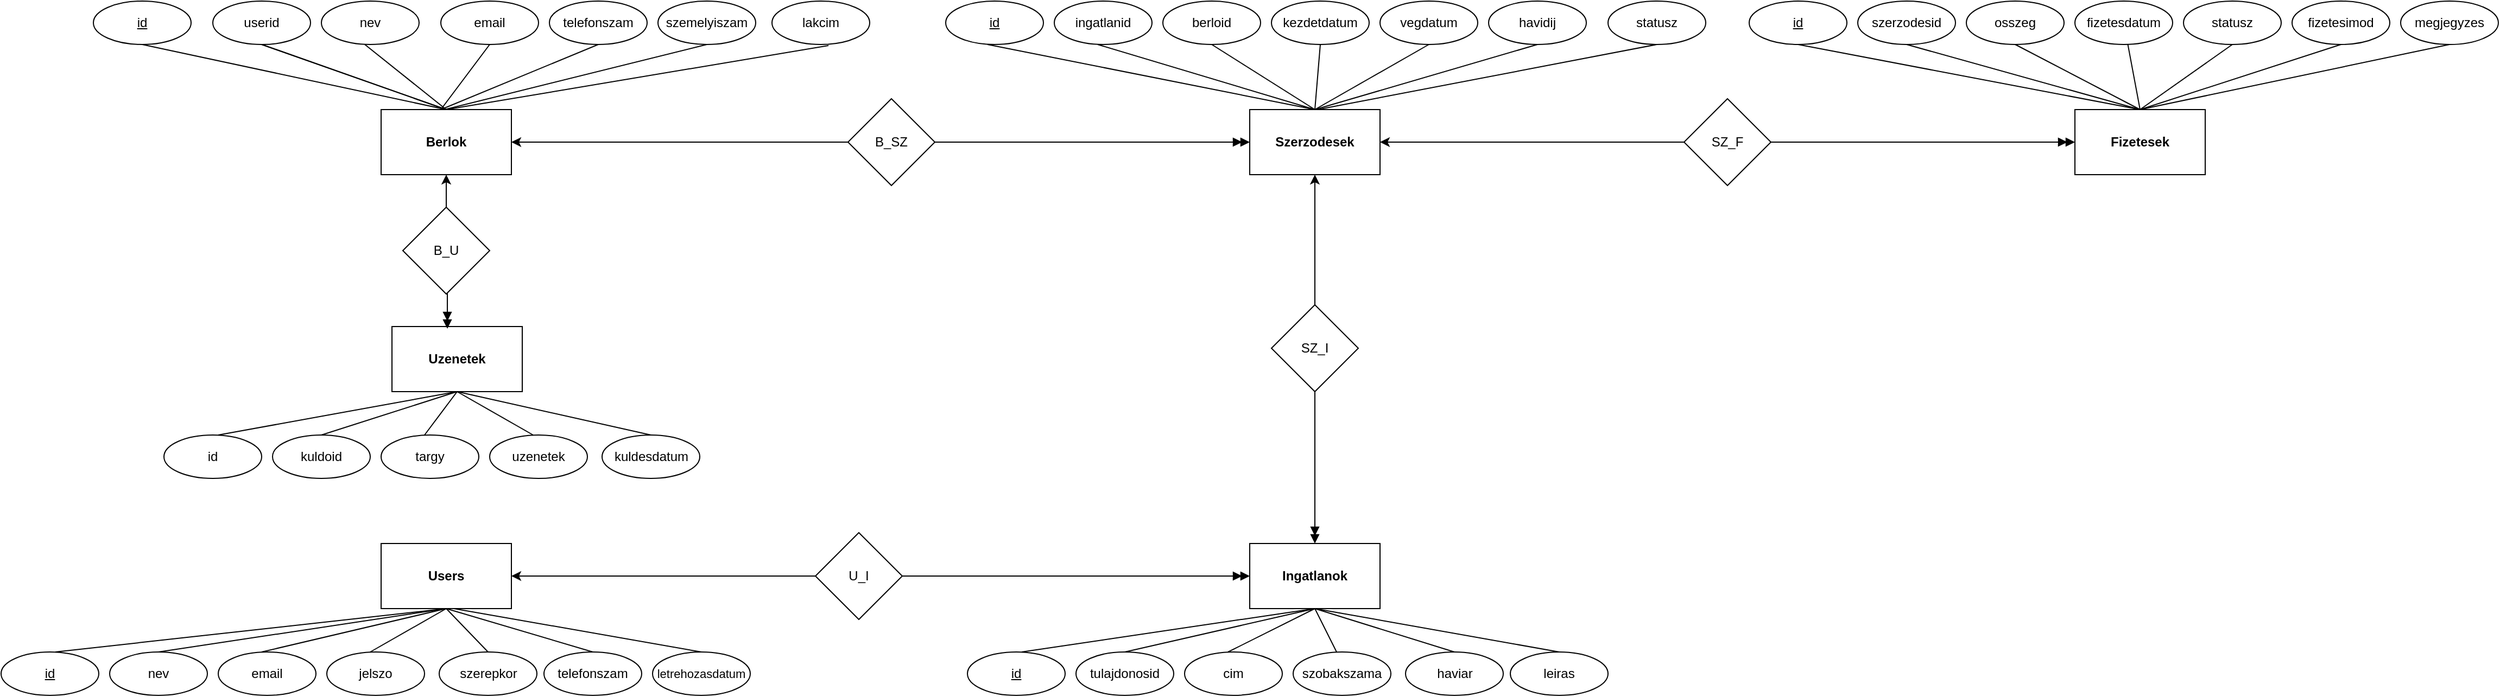
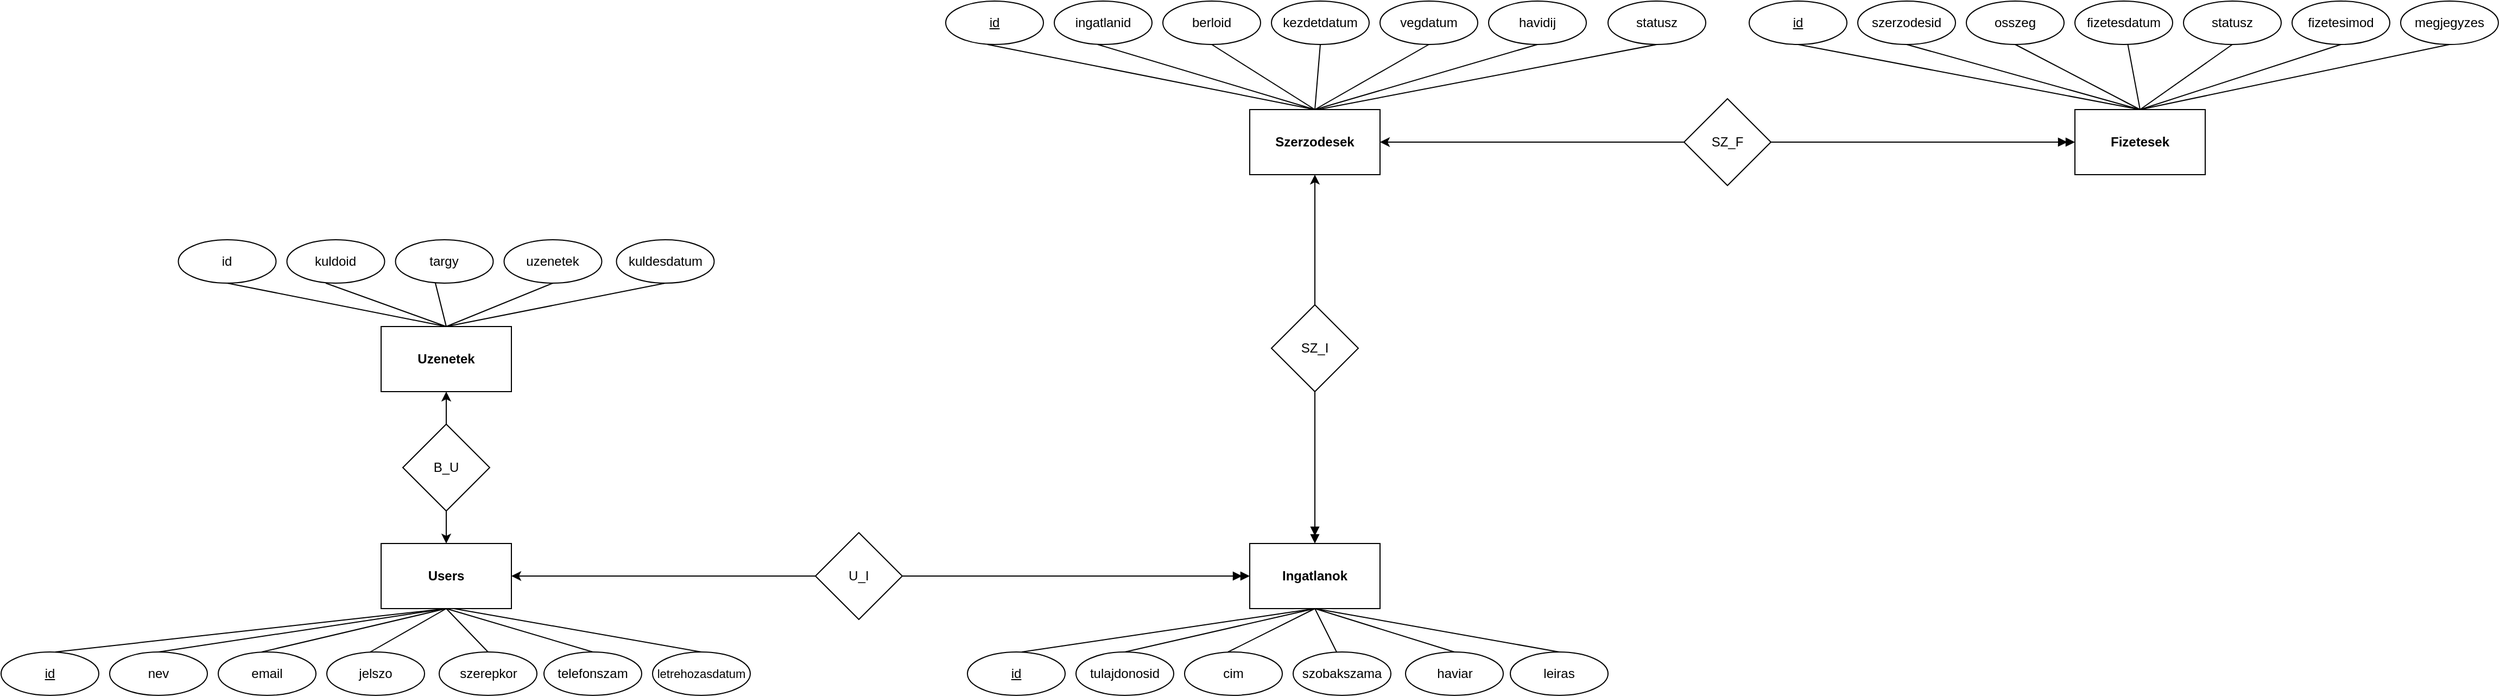
<mxfile host="app.diagrams.net">
  <diagram name="Oldal-1" id="PTsQHESXB3Jq5phuDOo6">
-     <mxGraphModel dx="774" dy="1620" grid="1" gridSize="10" guides="1" tooltips="1" connect="1" arrows="1" fold="1" page="1" pageScale="1" pageWidth="827" pageHeight="1169" math="0" shadow="0">
+     <mxGraphModel dx="1548" dy="2071" grid="1" gridSize="10" guides="1" tooltips="1" connect="1" arrows="1" fold="1" page="1" pageScale="1" pageWidth="827" pageHeight="1169" math="0" shadow="0">
      <root>
        <mxCell id="0" />
        <mxCell id="1" parent="0" />
        <mxCell id="iXsKkbdtTkQ_0E6-aM8G-1" parent="1" style="rounded=0;whiteSpace=wrap;html=1;" value="&lt;b&gt;Users&lt;/b&gt;" vertex="1">
          <mxGeometry height="60" width="120" x="360" y="140" as="geometry" />
        </mxCell>
        <mxCell id="iXsKkbdtTkQ_0E6-aM8G-2" parent="1" style="ellipse;whiteSpace=wrap;html=1;" value="&lt;u&gt;id&lt;/u&gt;" vertex="1">
          <mxGeometry height="40" width="90" x="10" y="240" as="geometry" />
        </mxCell>
        <mxCell id="iXsKkbdtTkQ_0E6-aM8G-3" parent="1" style="ellipse;whiteSpace=wrap;html=1;" value="nev" vertex="1">
          <mxGeometry height="40" width="90" x="110" y="240" as="geometry" />
        </mxCell>
        <mxCell id="iXsKkbdtTkQ_0E6-aM8G-4" parent="1" style="ellipse;whiteSpace=wrap;html=1;" value="email" vertex="1">
          <mxGeometry height="40" width="90" x="210" y="240" as="geometry" />
        </mxCell>
        <mxCell id="iXsKkbdtTkQ_0E6-aM8G-5" parent="1" style="ellipse;whiteSpace=wrap;html=1;" value="jelszo" vertex="1">
          <mxGeometry height="40" width="90" x="310" y="240" as="geometry" />
        </mxCell>
        <mxCell id="iXsKkbdtTkQ_0E6-aM8G-6" parent="1" style="ellipse;whiteSpace=wrap;html=1;" value="szerepkor" vertex="1">
          <mxGeometry height="40" width="90" x="413.5" y="240" as="geometry" />
        </mxCell>
        <mxCell id="iXsKkbdtTkQ_0E6-aM8G-7" parent="1" style="ellipse;whiteSpace=wrap;html=1;" value="telefonszam" vertex="1">
          <mxGeometry height="40" width="90" x="510" y="240" as="geometry" />
        </mxCell>
        <mxCell id="iXsKkbdtTkQ_0E6-aM8G-8" parent="1" style="ellipse;whiteSpace=wrap;html=1;" value="&lt;font style=&quot;font-size: 11px;&quot;&gt;letrehozasdatum&lt;/font&gt;" vertex="1">
          <mxGeometry height="40" width="90" x="610" y="240" as="geometry" />
        </mxCell>
        <mxCell id="iXsKkbdtTkQ_0E6-aM8G-9" edge="1" parent="1" source="iXsKkbdtTkQ_0E6-aM8G-3" style="endArrow=none;html=1;rounded=0;entryX=0.5;entryY=1;entryDx=0;entryDy=0;exitX=0.5;exitY=0;exitDx=0;exitDy=0;" target="iXsKkbdtTkQ_0E6-aM8G-1" value="">
          <mxGeometry height="50" relative="1" width="50" as="geometry">
            <mxPoint x="60" y="240" as="sourcePoint" />
            <mxPoint x="110" y="190" as="targetPoint" />
          </mxGeometry>
        </mxCell>
        <mxCell id="iXsKkbdtTkQ_0E6-aM8G-11" edge="1" parent="1" style="endArrow=none;html=1;rounded=0;entryX=0.5;entryY=1;entryDx=0;entryDy=0;" target="iXsKkbdtTkQ_0E6-aM8G-1" value="">
          <mxGeometry height="50" relative="1" width="50" as="geometry">
            <mxPoint x="60" y="240" as="sourcePoint" />
            <mxPoint x="110" y="190" as="targetPoint" />
          </mxGeometry>
        </mxCell>
        <mxCell id="iXsKkbdtTkQ_0E6-aM8G-12" edge="1" parent="1" style="endArrow=none;html=1;rounded=0;entryX=0.5;entryY=1;entryDx=0;entryDy=0;exitX=0.5;exitY=0;exitDx=0;exitDy=0;" target="iXsKkbdtTkQ_0E6-aM8G-1" value="">
          <mxGeometry height="50" relative="1" width="50" as="geometry">
            <mxPoint x="250" y="240" as="sourcePoint" />
            <mxPoint x="485" y="200" as="targetPoint" />
          </mxGeometry>
        </mxCell>
        <mxCell id="iXsKkbdtTkQ_0E6-aM8G-13" edge="1" parent="1" style="endArrow=none;html=1;rounded=0;entryX=0.5;entryY=1;entryDx=0;entryDy=0;exitX=0.5;exitY=0;exitDx=0;exitDy=0;" target="iXsKkbdtTkQ_0E6-aM8G-1" value="">
          <mxGeometry height="50" relative="1" width="50" as="geometry">
            <mxPoint x="350" y="240" as="sourcePoint" />
            <mxPoint x="490" y="200" as="targetPoint" />
          </mxGeometry>
        </mxCell>
        <mxCell id="iXsKkbdtTkQ_0E6-aM8G-14" edge="1" parent="1" source="iXsKkbdtTkQ_0E6-aM8G-6" style="endArrow=none;html=1;rounded=0;entryX=0.5;entryY=1;entryDx=0;entryDy=0;exitX=0.5;exitY=0;exitDx=0;exitDy=0;" target="iXsKkbdtTkQ_0E6-aM8G-1" value="">
          <mxGeometry height="50" relative="1" width="50" as="geometry">
            <mxPoint x="390" y="230" as="sourcePoint" />
            <mxPoint x="430" y="190" as="targetPoint" />
          </mxGeometry>
        </mxCell>
        <mxCell id="iXsKkbdtTkQ_0E6-aM8G-15" edge="1" parent="1" source="iXsKkbdtTkQ_0E6-aM8G-7" style="endArrow=none;html=1;rounded=0;exitX=0.5;exitY=0;exitDx=0;exitDy=0;entryX=0.5;entryY=1;entryDx=0;entryDy=0;" target="iXsKkbdtTkQ_0E6-aM8G-1" value="">
          <mxGeometry height="50" relative="1" width="50" as="geometry">
            <mxPoint x="459" y="240" as="sourcePoint" />
            <mxPoint x="450" y="210" as="targetPoint" />
          </mxGeometry>
        </mxCell>
        <mxCell id="iXsKkbdtTkQ_0E6-aM8G-16" edge="1" parent="1" source="iXsKkbdtTkQ_0E6-aM8G-8" style="endArrow=none;html=1;rounded=0;entryX=0.558;entryY=1;entryDx=0;entryDy=0;exitX=0.5;exitY=0;exitDx=0;exitDy=0;entryPerimeter=0;" target="iXsKkbdtTkQ_0E6-aM8G-1" value="">
          <mxGeometry height="50" relative="1" width="50" as="geometry">
            <mxPoint x="555" y="240" as="sourcePoint" />
            <mxPoint x="390" y="200" as="targetPoint" />
          </mxGeometry>
        </mxCell>
        <mxCell id="iXsKkbdtTkQ_0E6-aM8G-17" parent="1" style="rounded=0;whiteSpace=wrap;html=1;" value="&lt;b&gt;Ingatlanok&lt;/b&gt;" vertex="1">
          <mxGeometry height="60" width="120" x="1160" y="140" as="geometry" />
        </mxCell>
        <mxCell id="iXsKkbdtTkQ_0E6-aM8G-18" parent="1" style="ellipse;whiteSpace=wrap;html=1;" value="&lt;u&gt;id&lt;/u&gt;" vertex="1">
          <mxGeometry height="40" width="90" x="900" y="240" as="geometry" />
        </mxCell>
        <mxCell id="iXsKkbdtTkQ_0E6-aM8G-19" parent="1" style="ellipse;whiteSpace=wrap;html=1;" value="tulajdonosid" vertex="1">
          <mxGeometry height="40" width="90" x="1000" y="240" as="geometry" />
        </mxCell>
        <mxCell id="iXsKkbdtTkQ_0E6-aM8G-20" parent="1" style="ellipse;whiteSpace=wrap;html=1;" value="cim" vertex="1">
          <mxGeometry height="40" width="90" x="1100" y="240" as="geometry" />
        </mxCell>
        <mxCell id="iXsKkbdtTkQ_0E6-aM8G-21" parent="1" style="ellipse;whiteSpace=wrap;html=1;" value="szobakszama" vertex="1">
          <mxGeometry height="40" width="90" x="1200" y="240" as="geometry" />
        </mxCell>
        <mxCell id="iXsKkbdtTkQ_0E6-aM8G-22" parent="1" style="ellipse;whiteSpace=wrap;html=1;" value="haviar" vertex="1">
          <mxGeometry height="40" width="90" x="1303.5" y="240" as="geometry" />
        </mxCell>
        <mxCell id="iXsKkbdtTkQ_0E6-aM8G-23" parent="1" style="ellipse;whiteSpace=wrap;html=1;" value="leiras" vertex="1">
          <mxGeometry height="40" width="90" x="1400" y="240" as="geometry" />
        </mxCell>
        <mxCell id="iXsKkbdtTkQ_0E6-aM8G-25" edge="1" parent="1" source="iXsKkbdtTkQ_0E6-aM8G-19" style="endArrow=none;html=1;rounded=0;entryX=0.5;entryY=1;entryDx=0;entryDy=0;exitX=0.5;exitY=0;exitDx=0;exitDy=0;" target="iXsKkbdtTkQ_0E6-aM8G-17" value="">
          <mxGeometry height="50" relative="1" width="50" as="geometry">
            <mxPoint x="950" y="240" as="sourcePoint" />
            <mxPoint x="1000" y="190" as="targetPoint" />
          </mxGeometry>
        </mxCell>
        <mxCell id="iXsKkbdtTkQ_0E6-aM8G-26" edge="1" parent="1" style="endArrow=none;html=1;rounded=0;entryX=0.5;entryY=1;entryDx=0;entryDy=0;" target="iXsKkbdtTkQ_0E6-aM8G-17" value="">
          <mxGeometry height="50" relative="1" width="50" as="geometry">
            <mxPoint x="950" y="240" as="sourcePoint" />
            <mxPoint x="1000" y="190" as="targetPoint" />
          </mxGeometry>
        </mxCell>
        <mxCell id="iXsKkbdtTkQ_0E6-aM8G-27" edge="1" parent="1" style="endArrow=none;html=1;rounded=0;entryX=0.5;entryY=1;entryDx=0;entryDy=0;exitX=0.5;exitY=0;exitDx=0;exitDy=0;" target="iXsKkbdtTkQ_0E6-aM8G-17" value="">
          <mxGeometry height="50" relative="1" width="50" as="geometry">
            <mxPoint x="1140" y="240" as="sourcePoint" />
            <mxPoint x="1375" y="200" as="targetPoint" />
          </mxGeometry>
        </mxCell>
        <mxCell id="iXsKkbdtTkQ_0E6-aM8G-28" edge="1" parent="1" style="endArrow=none;html=1;rounded=0;entryX=0.5;entryY=1;entryDx=0;entryDy=0;exitX=0.5;exitY=0;exitDx=0;exitDy=0;" target="iXsKkbdtTkQ_0E6-aM8G-17" value="">
          <mxGeometry height="50" relative="1" width="50" as="geometry">
            <mxPoint x="1240" y="240" as="sourcePoint" />
            <mxPoint x="1380" y="200" as="targetPoint" />
          </mxGeometry>
        </mxCell>
        <mxCell id="iXsKkbdtTkQ_0E6-aM8G-29" edge="1" parent="1" source="iXsKkbdtTkQ_0E6-aM8G-22" style="endArrow=none;html=1;rounded=0;entryX=0.5;entryY=1;entryDx=0;entryDy=0;exitX=0.5;exitY=0;exitDx=0;exitDy=0;" target="iXsKkbdtTkQ_0E6-aM8G-17" value="">
          <mxGeometry height="50" relative="1" width="50" as="geometry">
            <mxPoint x="1280" y="230" as="sourcePoint" />
            <mxPoint x="1320" y="190" as="targetPoint" />
          </mxGeometry>
        </mxCell>
        <mxCell id="iXsKkbdtTkQ_0E6-aM8G-30" edge="1" parent="1" source="iXsKkbdtTkQ_0E6-aM8G-23" style="endArrow=none;html=1;rounded=0;exitX=0.5;exitY=0;exitDx=0;exitDy=0;entryX=0.5;entryY=1;entryDx=0;entryDy=0;" target="iXsKkbdtTkQ_0E6-aM8G-17" value="">
          <mxGeometry height="50" relative="1" width="50" as="geometry">
            <mxPoint x="1349" y="240" as="sourcePoint" />
            <mxPoint x="1340" y="210" as="targetPoint" />
          </mxGeometry>
        </mxCell>
-         <mxCell id="iXsKkbdtTkQ_0E6-aM8G-32" parent="1" style="rounded=0;whiteSpace=wrap;html=1;" value="&lt;b&gt;Berlok&lt;/b&gt;" vertex="1">
-           <mxGeometry height="60" width="120" x="360" y="-260" as="geometry" />
-         </mxCell>
-         <mxCell id="iXsKkbdtTkQ_0E6-aM8G-33" parent="1" style="ellipse;whiteSpace=wrap;html=1;" value="&lt;u&gt;id&lt;/u&gt;" vertex="1">
-           <mxGeometry height="40" width="90" x="95" y="-360" as="geometry" />
-         </mxCell>
-         <mxCell id="iXsKkbdtTkQ_0E6-aM8G-34" parent="1" style="ellipse;whiteSpace=wrap;html=1;" value="userid" vertex="1">
-           <mxGeometry height="40" width="90" x="205" y="-360" as="geometry" />
-         </mxCell>
-         <mxCell id="iXsKkbdtTkQ_0E6-aM8G-35" parent="1" style="ellipse;whiteSpace=wrap;html=1;" value="nev" vertex="1">
-           <mxGeometry height="40" width="90" x="305" y="-360" as="geometry" />
-         </mxCell>
-         <mxCell id="iXsKkbdtTkQ_0E6-aM8G-36" parent="1" style="ellipse;whiteSpace=wrap;html=1;" value="email" vertex="1">
-           <mxGeometry height="40" width="90" x="415" y="-360" as="geometry" />
-         </mxCell>
-         <mxCell id="iXsKkbdtTkQ_0E6-aM8G-37" parent="1" style="ellipse;whiteSpace=wrap;html=1;" value="telefonszam" vertex="1">
-           <mxGeometry height="40" width="90" x="515" y="-360" as="geometry" />
-         </mxCell>
-         <mxCell id="iXsKkbdtTkQ_0E6-aM8G-38" parent="1" style="ellipse;whiteSpace=wrap;html=1;" value="szemelyiszam" vertex="1">
-           <mxGeometry height="40" width="90" x="615" y="-360" as="geometry" />
-         </mxCell>
-         <mxCell id="iXsKkbdtTkQ_0E6-aM8G-45" parent="1" style="ellipse;whiteSpace=wrap;html=1;" value="lakcim" vertex="1">
-           <mxGeometry height="40" width="90" x="720" y="-360" as="geometry" />
-         </mxCell>
        <mxCell id="iXsKkbdtTkQ_0E6-aM8G-47" parent="1" style="rounded=0;whiteSpace=wrap;html=1;" value="&lt;b&gt;Szerzodesek&lt;/b&gt;" vertex="1">
          <mxGeometry height="60" width="120" x="1160" y="-260" as="geometry" />
        </mxCell>
        <mxCell id="iXsKkbdtTkQ_0E6-aM8G-48" parent="1" style="ellipse;whiteSpace=wrap;html=1;" value="&lt;u&gt;id&lt;/u&gt;" vertex="1">
          <mxGeometry height="40" width="90" x="880" y="-360" as="geometry" />
        </mxCell>
        <mxCell id="iXsKkbdtTkQ_0E6-aM8G-49" parent="1" style="ellipse;whiteSpace=wrap;html=1;" value="ingatlanid" vertex="1">
          <mxGeometry height="40" width="90" x="980" y="-360" as="geometry" />
        </mxCell>
        <mxCell id="iXsKkbdtTkQ_0E6-aM8G-50" parent="1" style="ellipse;whiteSpace=wrap;html=1;" value="berloid" vertex="1">
          <mxGeometry height="40" width="90" x="1080" y="-360" as="geometry" />
        </mxCell>
        <mxCell id="iXsKkbdtTkQ_0E6-aM8G-51" parent="1" style="ellipse;whiteSpace=wrap;html=1;" value="kezdetdatum" vertex="1">
          <mxGeometry height="40" width="90" x="1180" y="-360" as="geometry" />
        </mxCell>
        <mxCell id="iXsKkbdtTkQ_0E6-aM8G-52" parent="1" style="ellipse;whiteSpace=wrap;html=1;" value="vegdatum" vertex="1">
          <mxGeometry height="40" width="90" x="1280" y="-360" as="geometry" />
        </mxCell>
        <mxCell id="iXsKkbdtTkQ_0E6-aM8G-53" parent="1" style="ellipse;whiteSpace=wrap;html=1;" value="havidij" vertex="1">
          <mxGeometry height="40" width="90" x="1380" y="-360" as="geometry" />
        </mxCell>
        <mxCell id="iXsKkbdtTkQ_0E6-aM8G-60" parent="1" style="ellipse;whiteSpace=wrap;html=1;" value="statusz" vertex="1">
          <mxGeometry height="40" width="90" x="1490" y="-360" as="geometry" />
        </mxCell>
        <mxCell id="iXsKkbdtTkQ_0E6-aM8G-62" parent="1" style="rounded=0;whiteSpace=wrap;html=1;" value="&lt;b&gt;Fizetesek&lt;/b&gt;" vertex="1">
          <mxGeometry height="60" width="120" x="1920" y="-260" as="geometry" />
        </mxCell>
        <mxCell id="iXsKkbdtTkQ_0E6-aM8G-63" parent="1" style="ellipse;whiteSpace=wrap;html=1;" value="&lt;u&gt;id&lt;/u&gt;" vertex="1">
          <mxGeometry height="40" width="90" x="1620" y="-360" as="geometry" />
        </mxCell>
        <mxCell id="iXsKkbdtTkQ_0E6-aM8G-64" parent="1" style="ellipse;whiteSpace=wrap;html=1;" value="szerzodesid" vertex="1">
          <mxGeometry height="40" width="90" x="1720" y="-360" as="geometry" />
        </mxCell>
        <mxCell id="iXsKkbdtTkQ_0E6-aM8G-65" parent="1" style="ellipse;whiteSpace=wrap;html=1;" value="osszeg" vertex="1">
          <mxGeometry height="40" width="90" x="1820" y="-360" as="geometry" />
        </mxCell>
        <mxCell id="iXsKkbdtTkQ_0E6-aM8G-66" parent="1" style="ellipse;whiteSpace=wrap;html=1;" value="fizetesdatum" vertex="1">
          <mxGeometry height="40" width="90" x="1920" y="-360" as="geometry" />
        </mxCell>
        <mxCell id="iXsKkbdtTkQ_0E6-aM8G-67" parent="1" style="ellipse;whiteSpace=wrap;html=1;" value="statusz" vertex="1">
          <mxGeometry height="40" width="90" x="2020" y="-360" as="geometry" />
        </mxCell>
        <mxCell id="iXsKkbdtTkQ_0E6-aM8G-68" parent="1" style="ellipse;whiteSpace=wrap;html=1;" value="fizetesimod" vertex="1">
          <mxGeometry height="40" width="90" x="2120" y="-360" as="geometry" />
        </mxCell>
        <mxCell id="iXsKkbdtTkQ_0E6-aM8G-69" edge="1" parent="1" source="iXsKkbdtTkQ_0E6-aM8G-64" style="endArrow=none;html=1;rounded=0;entryX=0.5;entryY=0;entryDx=0;entryDy=0;exitX=0.5;exitY=1;exitDx=0;exitDy=0;" target="iXsKkbdtTkQ_0E6-aM8G-62" value="">
          <mxGeometry height="50" relative="1" width="50" as="geometry">
            <mxPoint x="1660" y="-160" as="sourcePoint" />
            <mxPoint x="1710" y="-210" as="targetPoint" />
          </mxGeometry>
        </mxCell>
        <mxCell id="iXsKkbdtTkQ_0E6-aM8G-70" edge="1" parent="1" source="iXsKkbdtTkQ_0E6-aM8G-63" style="endArrow=none;html=1;rounded=0;entryX=0.5;entryY=1;entryDx=0;entryDy=0;exitX=0.5;exitY=1;exitDx=0;exitDy=0;" value="">
          <mxGeometry height="50" relative="1" width="50" as="geometry">
            <mxPoint x="1660" y="-220" as="sourcePoint" />
            <mxPoint x="1980" y="-260" as="targetPoint" />
          </mxGeometry>
        </mxCell>
        <mxCell id="iXsKkbdtTkQ_0E6-aM8G-71" edge="1" parent="1" source="iXsKkbdtTkQ_0E6-aM8G-65" style="endArrow=none;html=1;rounded=0;exitX=0.5;exitY=1;exitDx=0;exitDy=0;" value="">
          <mxGeometry height="50" relative="1" width="50" as="geometry">
            <mxPoint x="1870" y="-320" as="sourcePoint" />
            <mxPoint x="1980" y="-260" as="targetPoint" />
          </mxGeometry>
        </mxCell>
        <mxCell id="iXsKkbdtTkQ_0E6-aM8G-72" edge="1" parent="1" source="iXsKkbdtTkQ_0E6-aM8G-66" style="endArrow=none;html=1;rounded=0;entryX=0.5;entryY=0;entryDx=0;entryDy=0;" target="iXsKkbdtTkQ_0E6-aM8G-62" value="">
          <mxGeometry height="50" relative="1" width="50" as="geometry">
            <mxPoint x="1950" y="-160" as="sourcePoint" />
            <mxPoint x="2090" y="-200" as="targetPoint" />
          </mxGeometry>
        </mxCell>
        <mxCell id="iXsKkbdtTkQ_0E6-aM8G-73" edge="1" parent="1" source="iXsKkbdtTkQ_0E6-aM8G-67" style="endArrow=none;html=1;rounded=0;entryX=0.5;entryY=0;entryDx=0;entryDy=0;exitX=0.5;exitY=1;exitDx=0;exitDy=0;" target="iXsKkbdtTkQ_0E6-aM8G-62" value="">
          <mxGeometry height="50" relative="1" width="50" as="geometry">
            <mxPoint x="1990" y="-170" as="sourcePoint" />
            <mxPoint x="2030" y="-210" as="targetPoint" />
          </mxGeometry>
        </mxCell>
        <mxCell id="iXsKkbdtTkQ_0E6-aM8G-74" edge="1" parent="1" source="iXsKkbdtTkQ_0E6-aM8G-68" style="endArrow=none;html=1;rounded=0;exitX=0.5;exitY=1;exitDx=0;exitDy=0;entryX=0.5;entryY=0;entryDx=0;entryDy=0;" target="iXsKkbdtTkQ_0E6-aM8G-62" value="">
          <mxGeometry height="50" relative="1" width="50" as="geometry">
            <mxPoint x="2059" y="-160" as="sourcePoint" />
            <mxPoint x="2050" y="-190" as="targetPoint" />
          </mxGeometry>
        </mxCell>
        <mxCell id="iXsKkbdtTkQ_0E6-aM8G-75" parent="1" style="ellipse;whiteSpace=wrap;html=1;" value="megjegyzes" vertex="1">
          <mxGeometry height="40" width="90" x="2220" y="-360" as="geometry" />
        </mxCell>
        <mxCell id="iXsKkbdtTkQ_0E6-aM8G-76" edge="1" parent="1" source="iXsKkbdtTkQ_0E6-aM8G-75" style="endArrow=none;html=1;rounded=0;exitX=0.5;exitY=1;exitDx=0;exitDy=0;entryX=0.5;entryY=0;entryDx=0;entryDy=0;" target="iXsKkbdtTkQ_0E6-aM8G-62" value="">
          <mxGeometry height="50" relative="1" width="50" as="geometry">
            <mxPoint x="2165" y="-160" as="sourcePoint" />
            <mxPoint x="1980" y="-200" as="targetPoint" />
          </mxGeometry>
        </mxCell>
        <mxCell id="iXsKkbdtTkQ_0E6-aM8G-77" parent="1" style="rounded=0;whiteSpace=wrap;html=1;" value="&lt;b&gt;Uzenetek&lt;/b&gt;" vertex="1">
-           <mxGeometry height="60" width="120" x="370" y="-60" as="geometry" />
+           <mxGeometry height="60" width="120" x="360" y="-60" as="geometry" />
        </mxCell>
        <mxCell id="iXsKkbdtTkQ_0E6-aM8G-78" parent="1" style="ellipse;whiteSpace=wrap;html=1;" value="id" vertex="1">
-           <mxGeometry height="40" width="90" x="160" y="40" as="geometry" />
+           <mxGeometry height="40" width="90" x="173.25" y="-140" as="geometry" />
        </mxCell>
        <mxCell id="iXsKkbdtTkQ_0E6-aM8G-79" parent="1" style="ellipse;whiteSpace=wrap;html=1;" value="kuldoid" vertex="1">
-           <mxGeometry height="40" width="90" x="260" y="40" as="geometry" />
+           <mxGeometry height="40" width="90" x="273.25" y="-140" as="geometry" />
        </mxCell>
        <mxCell id="iXsKkbdtTkQ_0E6-aM8G-80" parent="1" style="ellipse;whiteSpace=wrap;html=1;" value="targy" vertex="1">
-           <mxGeometry height="40" width="90" x="360" y="40" as="geometry" />
+           <mxGeometry height="40" width="90" x="373.25" y="-140" as="geometry" />
        </mxCell>
        <mxCell id="iXsKkbdtTkQ_0E6-aM8G-81" parent="1" style="ellipse;whiteSpace=wrap;html=1;" value="uzenetek" vertex="1">
-           <mxGeometry height="40" width="90" x="460" y="40" as="geometry" />
+           <mxGeometry height="40" width="90" x="473.25" y="-140" as="geometry" />
        </mxCell>
        <mxCell id="iXsKkbdtTkQ_0E6-aM8G-82" parent="1" style="ellipse;whiteSpace=wrap;html=1;" value="kuldesdatum" vertex="1">
-           <mxGeometry height="40" width="90" x="563.5" y="40" as="geometry" />
-         </mxCell>
-         <mxCell id="iXsKkbdtTkQ_0E6-aM8G-84" edge="1" parent="1" source="iXsKkbdtTkQ_0E6-aM8G-79" style="endArrow=none;html=1;rounded=0;entryX=0.5;entryY=1;entryDx=0;entryDy=0;exitX=0.5;exitY=0;exitDx=0;exitDy=0;" target="iXsKkbdtTkQ_0E6-aM8G-77" value="">
-           <mxGeometry height="50" relative="1" width="50" as="geometry">
-             <mxPoint x="210" y="40" as="sourcePoint" />
-             <mxPoint x="260" y="-10" as="targetPoint" />
-           </mxGeometry>
-         </mxCell>
-         <mxCell id="iXsKkbdtTkQ_0E6-aM8G-85" edge="1" parent="1" style="endArrow=none;html=1;rounded=0;entryX=0.5;entryY=1;entryDx=0;entryDy=0;" target="iXsKkbdtTkQ_0E6-aM8G-77" value="">
-           <mxGeometry height="50" relative="1" width="50" as="geometry">
-             <mxPoint x="210" y="40" as="sourcePoint" />
-             <mxPoint x="260" y="-10" as="targetPoint" />
-           </mxGeometry>
-         </mxCell>
-         <mxCell id="iXsKkbdtTkQ_0E6-aM8G-86" edge="1" parent="1" style="endArrow=none;html=1;rounded=0;entryX=0.5;entryY=1;entryDx=0;entryDy=0;exitX=0.5;exitY=0;exitDx=0;exitDy=0;" target="iXsKkbdtTkQ_0E6-aM8G-77" value="">
-           <mxGeometry height="50" relative="1" width="50" as="geometry">
-             <mxPoint x="400" y="40" as="sourcePoint" />
-             <mxPoint x="635" as="targetPoint" />
-           </mxGeometry>
-         </mxCell>
-         <mxCell id="iXsKkbdtTkQ_0E6-aM8G-87" edge="1" parent="1" style="endArrow=none;html=1;rounded=0;entryX=0.5;entryY=1;entryDx=0;entryDy=0;exitX=0.5;exitY=0;exitDx=0;exitDy=0;" target="iXsKkbdtTkQ_0E6-aM8G-77" value="">
-           <mxGeometry height="50" relative="1" width="50" as="geometry">
-             <mxPoint x="500" y="40" as="sourcePoint" />
-             <mxPoint x="640" as="targetPoint" />
-           </mxGeometry>
-         </mxCell>
-         <mxCell id="iXsKkbdtTkQ_0E6-aM8G-88" edge="1" parent="1" source="iXsKkbdtTkQ_0E6-aM8G-82" style="endArrow=none;html=1;rounded=0;entryX=0.5;entryY=1;entryDx=0;entryDy=0;exitX=0.5;exitY=0;exitDx=0;exitDy=0;" target="iXsKkbdtTkQ_0E6-aM8G-77" value="">
-           <mxGeometry height="50" relative="1" width="50" as="geometry">
-             <mxPoint x="540" y="30" as="sourcePoint" />
-             <mxPoint x="580" y="-10" as="targetPoint" />
-           </mxGeometry>
+           <mxGeometry height="40" width="90" x="576.75" y="-140" as="geometry" />
        </mxCell>
        <mxCell id="iXsKkbdtTkQ_0E6-aM8G-93" edge="1" parent="1" source="iXsKkbdtTkQ_0E6-aM8G-92" style="edgeStyle=orthogonalEdgeStyle;rounded=0;orthogonalLoop=1;jettySize=auto;html=1;exitX=0;exitY=0.5;exitDx=0;exitDy=0;entryX=1;entryY=0.5;entryDx=0;entryDy=0;" target="iXsKkbdtTkQ_0E6-aM8G-1">
          <mxGeometry relative="1" as="geometry" />
        </mxCell>
        <mxCell id="iXsKkbdtTkQ_0E6-aM8G-94" edge="1" parent="1" source="iXsKkbdtTkQ_0E6-aM8G-92" style="edgeStyle=orthogonalEdgeStyle;rounded=0;orthogonalLoop=1;jettySize=auto;html=1;exitX=1;exitY=0.5;exitDx=0;exitDy=0;entryX=0;entryY=0.5;entryDx=0;entryDy=0;endArrow=doubleBlock;endFill=1;" target="iXsKkbdtTkQ_0E6-aM8G-17">
          <mxGeometry relative="1" as="geometry" />
        </mxCell>
        <mxCell id="iXsKkbdtTkQ_0E6-aM8G-92" parent="1" style="rhombus;whiteSpace=wrap;html=1;" value="U_I" vertex="1">
          <mxGeometry height="80" width="80" x="760" y="130" as="geometry" />
        </mxCell>
        <mxCell id="iXsKkbdtTkQ_0E6-aM8G-96" edge="1" parent="1" source="iXsKkbdtTkQ_0E6-aM8G-95" style="edgeStyle=orthogonalEdgeStyle;rounded=0;orthogonalLoop=1;jettySize=auto;html=1;exitX=0.5;exitY=0;exitDx=0;exitDy=0;" target="iXsKkbdtTkQ_0E6-aM8G-47">
          <mxGeometry relative="1" as="geometry" />
        </mxCell>
        <mxCell id="iXsKkbdtTkQ_0E6-aM8G-97" edge="1" parent="1" source="iXsKkbdtTkQ_0E6-aM8G-95" style="edgeStyle=orthogonalEdgeStyle;rounded=0;orthogonalLoop=1;jettySize=auto;html=1;exitX=0.5;exitY=1;exitDx=0;exitDy=0;entryX=0.5;entryY=0;entryDx=0;entryDy=0;endArrow=doubleBlock;endFill=1;" target="iXsKkbdtTkQ_0E6-aM8G-17">
          <mxGeometry relative="1" as="geometry" />
        </mxCell>
        <mxCell id="iXsKkbdtTkQ_0E6-aM8G-95" parent="1" style="rhombus;whiteSpace=wrap;html=1;" value="SZ_I" vertex="1">
          <mxGeometry height="80" width="80" x="1180" y="-80" as="geometry" />
        </mxCell>
-         <mxCell id="iXsKkbdtTkQ_0E6-aM8G-99" edge="1" parent="1" source="iXsKkbdtTkQ_0E6-aM8G-98" style="edgeStyle=orthogonalEdgeStyle;rounded=0;orthogonalLoop=1;jettySize=auto;html=1;exitX=0;exitY=0.5;exitDx=0;exitDy=0;entryX=1;entryY=0.5;entryDx=0;entryDy=0;" target="iXsKkbdtTkQ_0E6-aM8G-32">
-           <mxGeometry relative="1" as="geometry">
-             <Array as="points">
-               <mxPoint x="700" y="-230" />
-               <mxPoint x="700" y="-230" />
-             </Array>
-           </mxGeometry>
-         </mxCell>
-         <mxCell id="iXsKkbdtTkQ_0E6-aM8G-101" edge="1" parent="1" source="iXsKkbdtTkQ_0E6-aM8G-98" style="edgeStyle=orthogonalEdgeStyle;rounded=0;orthogonalLoop=1;jettySize=auto;html=1;exitX=1;exitY=0.5;exitDx=0;exitDy=0;entryX=0;entryY=0.5;entryDx=0;entryDy=0;endArrow=doubleBlock;endFill=1;" target="iXsKkbdtTkQ_0E6-aM8G-47">
-           <mxGeometry relative="1" as="geometry" />
-         </mxCell>
-         <mxCell id="iXsKkbdtTkQ_0E6-aM8G-98" parent="1" style="rhombus;whiteSpace=wrap;html=1;" value="B_SZ" vertex="1">
-           <mxGeometry height="80" width="80" x="790" y="-270" as="geometry" />
-         </mxCell>
        <mxCell id="iXsKkbdtTkQ_0E6-aM8G-103" edge="1" parent="1" source="iXsKkbdtTkQ_0E6-aM8G-102" style="edgeStyle=orthogonalEdgeStyle;rounded=0;orthogonalLoop=1;jettySize=auto;html=1;exitX=1;exitY=0.5;exitDx=0;exitDy=0;entryX=0;entryY=0.5;entryDx=0;entryDy=0;endArrow=doubleBlock;endFill=1;" target="iXsKkbdtTkQ_0E6-aM8G-62">
          <mxGeometry relative="1" as="geometry" />
        </mxCell>
        <mxCell id="iXsKkbdtTkQ_0E6-aM8G-104" edge="1" parent="1" source="iXsKkbdtTkQ_0E6-aM8G-102" style="edgeStyle=orthogonalEdgeStyle;rounded=0;orthogonalLoop=1;jettySize=auto;html=1;exitX=0;exitY=0.5;exitDx=0;exitDy=0;entryX=1;entryY=0.5;entryDx=0;entryDy=0;" target="iXsKkbdtTkQ_0E6-aM8G-47">
          <mxGeometry relative="1" as="geometry" />
        </mxCell>
        <mxCell id="iXsKkbdtTkQ_0E6-aM8G-102" parent="1" style="rhombus;whiteSpace=wrap;html=1;" value="SZ_F" vertex="1">
          <mxGeometry height="80" width="80" x="1560" y="-270" as="geometry" />
        </mxCell>
-         <mxCell id="iXsKkbdtTkQ_0E6-aM8G-106" edge="1" parent="1" source="iXsKkbdtTkQ_0E6-aM8G-105" style="edgeStyle=orthogonalEdgeStyle;rounded=0;orthogonalLoop=1;jettySize=auto;html=1;exitX=0.5;exitY=0;exitDx=0;exitDy=0;entryX=0.5;entryY=1;entryDx=0;entryDy=0;" target="iXsKkbdtTkQ_0E6-aM8G-32">
+         <mxCell id="bazrAuzBupAZ9YW7r6C0-7" edge="1" parent="1" style="edgeStyle=orthogonalEdgeStyle;rounded=0;orthogonalLoop=1;jettySize=auto;html=1;exitX=0.5;exitY=0;exitDx=0;exitDy=0;entryX=0.5;entryY=1;entryDx=0;entryDy=0;" target="iXsKkbdtTkQ_0E6-aM8G-77">
+           <mxGeometry relative="1" as="geometry">
+             <mxPoint x="420" y="30" as="sourcePoint" />
+           </mxGeometry>
+         </mxCell>
+         <mxCell id="bazrAuzBupAZ9YW7r6C0-9" edge="1" parent="1" source="iXsKkbdtTkQ_0E6-aM8G-105" style="edgeStyle=orthogonalEdgeStyle;rounded=0;orthogonalLoop=1;jettySize=auto;html=1;exitX=0.5;exitY=1;exitDx=0;exitDy=0;entryX=0.5;entryY=0;entryDx=0;entryDy=0;" target="iXsKkbdtTkQ_0E6-aM8G-1">
          <mxGeometry relative="1" as="geometry" />
        </mxCell>
        <mxCell id="iXsKkbdtTkQ_0E6-aM8G-105" parent="1" style="rhombus;whiteSpace=wrap;html=1;" value="B_U" vertex="1">
-           <mxGeometry height="80" width="80" x="380" y="-170" as="geometry" />
-         </mxCell>
-         <mxCell id="iXsKkbdtTkQ_0E6-aM8G-107" edge="1" parent="1" source="iXsKkbdtTkQ_0E6-aM8G-105" style="edgeStyle=orthogonalEdgeStyle;rounded=0;orthogonalLoop=1;jettySize=auto;html=1;exitX=0.5;exitY=1;exitDx=0;exitDy=0;entryX=0.425;entryY=0.033;entryDx=0;entryDy=0;entryPerimeter=0;endArrow=doubleBlock;endFill=1;" target="iXsKkbdtTkQ_0E6-aM8G-77">
-           <mxGeometry relative="1" as="geometry" />
-         </mxCell>
-         <mxCell id="iXsKkbdtTkQ_0E6-aM8G-108" edge="1" parent="1" source="iXsKkbdtTkQ_0E6-aM8G-33" style="endArrow=none;html=1;rounded=0;exitX=0.5;exitY=1;exitDx=0;exitDy=0;" value="">
-           <mxGeometry height="50" relative="1" width="50" as="geometry">
-             <mxPoint x="330" y="-220" as="sourcePoint" />
-             <mxPoint x="420" y="-260" as="targetPoint" />
-           </mxGeometry>
-         </mxCell>
-         <mxCell id="iXsKkbdtTkQ_0E6-aM8G-109" edge="1" parent="1" style="endArrow=none;html=1;rounded=0;exitX=0.5;exitY=1;exitDx=0;exitDy=0;entryX=0.5;entryY=0;entryDx=0;entryDy=0;" target="iXsKkbdtTkQ_0E6-aM8G-32" value="">
-           <mxGeometry height="50" relative="1" width="50" as="geometry">
-             <mxPoint x="250" y="-320" as="sourcePoint" />
-             <mxPoint x="538" y="-262" as="targetPoint" />
-           </mxGeometry>
-         </mxCell>
-         <mxCell id="iXsKkbdtTkQ_0E6-aM8G-110" edge="1" parent="1" style="endArrow=none;html=1;rounded=0;exitX=0.5;exitY=1;exitDx=0;exitDy=0;entryX=0.5;entryY=0;entryDx=0;entryDy=0;" target="iXsKkbdtTkQ_0E6-aM8G-32" value="">
-           <mxGeometry height="50" relative="1" width="50" as="geometry">
-             <mxPoint x="250" y="-320" as="sourcePoint" />
-             <mxPoint x="530" y="-260" as="targetPoint" />
-           </mxGeometry>
-         </mxCell>
-         <mxCell id="iXsKkbdtTkQ_0E6-aM8G-111" edge="1" parent="1" style="endArrow=none;html=1;rounded=0;exitX=0.5;exitY=1;exitDx=0;exitDy=0;entryX=0.5;entryY=0;entryDx=0;entryDy=0;" target="iXsKkbdtTkQ_0E6-aM8G-32" value="">
-           <mxGeometry height="50" relative="1" width="50" as="geometry">
-             <mxPoint x="345" y="-320" as="sourcePoint" />
-             <mxPoint x="515" y="-260" as="targetPoint" />
-           </mxGeometry>
-         </mxCell>
-         <mxCell id="iXsKkbdtTkQ_0E6-aM8G-112" edge="1" parent="1" source="iXsKkbdtTkQ_0E6-aM8G-36" style="endArrow=none;html=1;rounded=0;exitX=0.5;exitY=1;exitDx=0;exitDy=0;" value="">
-           <mxGeometry height="50" relative="1" width="50" as="geometry">
-             <mxPoint x="340" y="-320" as="sourcePoint" />
-             <mxPoint x="415" y="-260" as="targetPoint" />
-           </mxGeometry>
-         </mxCell>
-         <mxCell id="iXsKkbdtTkQ_0E6-aM8G-113" edge="1" parent="1" source="iXsKkbdtTkQ_0E6-aM8G-37" style="endArrow=none;html=1;rounded=0;exitX=0.5;exitY=1;exitDx=0;exitDy=0;" value="">
-           <mxGeometry height="50" relative="1" width="50" as="geometry">
-             <mxPoint x="460" y="-320" as="sourcePoint" />
-             <mxPoint x="415" y="-260" as="targetPoint" />
-           </mxGeometry>
-         </mxCell>
-         <mxCell id="iXsKkbdtTkQ_0E6-aM8G-114" edge="1" parent="1" source="iXsKkbdtTkQ_0E6-aM8G-38" style="endArrow=none;html=1;rounded=0;exitX=0.5;exitY=1;exitDx=0;exitDy=0;" value="">
-           <mxGeometry height="50" relative="1" width="50" as="geometry">
-             <mxPoint x="563.5" y="-320" as="sourcePoint" />
-             <mxPoint x="418.5" y="-260" as="targetPoint" />
-           </mxGeometry>
-         </mxCell>
-         <mxCell id="iXsKkbdtTkQ_0E6-aM8G-115" edge="1" parent="1" source="iXsKkbdtTkQ_0E6-aM8G-45" style="endArrow=none;html=1;rounded=0;exitX=0.578;exitY=1.025;exitDx=0;exitDy=0;exitPerimeter=0;" value="">
-           <mxGeometry height="50" relative="1" width="50" as="geometry">
-             <mxPoint x="661.5" y="-320" as="sourcePoint" />
-             <mxPoint x="420" y="-260" as="targetPoint" />
-           </mxGeometry>
+           <mxGeometry height="80" width="80" x="380" y="30" as="geometry" />
        </mxCell>
        <mxCell id="iXsKkbdtTkQ_0E6-aM8G-116" edge="1" parent="1" source="iXsKkbdtTkQ_0E6-aM8G-47" style="endArrow=none;html=1;rounded=0;exitX=0.5;exitY=0;exitDx=0;exitDy=0;" value="">
          <mxGeometry height="50" relative="1" width="50" as="geometry">
            <mxPoint x="1160" y="-380" as="sourcePoint" />
            <mxPoint x="918.5" y="-320" as="targetPoint" />
          </mxGeometry>
        </mxCell>
        <mxCell id="iXsKkbdtTkQ_0E6-aM8G-117" edge="1" parent="1" source="iXsKkbdtTkQ_0E6-aM8G-47" style="endArrow=none;html=1;rounded=0;exitX=0.5;exitY=0;exitDx=0;exitDy=0;" value="">
          <mxGeometry height="50" relative="1" width="50" as="geometry">
            <mxPoint x="1321.5" y="-260" as="sourcePoint" />
            <mxPoint x="1020" y="-320" as="targetPoint" />
          </mxGeometry>
        </mxCell>
        <mxCell id="iXsKkbdtTkQ_0E6-aM8G-119" edge="1" parent="1" source="iXsKkbdtTkQ_0E6-aM8G-47" style="endArrow=none;html=1;rounded=0;exitX=0.5;exitY=0;exitDx=0;exitDy=0;" value="">
          <mxGeometry height="50" relative="1" width="50" as="geometry">
            <mxPoint x="1325" y="-260" as="sourcePoint" />
            <mxPoint x="1125" y="-320" as="targetPoint" />
          </mxGeometry>
        </mxCell>
        <mxCell id="iXsKkbdtTkQ_0E6-aM8G-120" edge="1" parent="1" source="iXsKkbdtTkQ_0E6-aM8G-51" style="endArrow=none;html=1;rounded=0;exitX=0.5;exitY=1;exitDx=0;exitDy=0;entryX=0.5;entryY=0;entryDx=0;entryDy=0;" target="iXsKkbdtTkQ_0E6-aM8G-47" value="">
          <mxGeometry height="50" relative="1" width="50" as="geometry">
            <mxPoint x="1390" y="-240" as="sourcePoint" />
            <mxPoint x="1190" y="-300" as="targetPoint" />
          </mxGeometry>
        </mxCell>
        <mxCell id="iXsKkbdtTkQ_0E6-aM8G-121" edge="1" parent="1" source="iXsKkbdtTkQ_0E6-aM8G-52" style="endArrow=none;html=1;rounded=0;exitX=0.5;exitY=1;exitDx=0;exitDy=0;entryX=0.5;entryY=0;entryDx=0;entryDy=0;" value="">
          <mxGeometry height="50" relative="1" width="50" as="geometry">
            <mxPoint x="1225" y="-320" as="sourcePoint" />
            <mxPoint x="1220" y="-260" as="targetPoint" />
          </mxGeometry>
        </mxCell>
        <mxCell id="iXsKkbdtTkQ_0E6-aM8G-122" edge="1" parent="1" source="iXsKkbdtTkQ_0E6-aM8G-53" style="endArrow=none;html=1;rounded=0;exitX=0.5;exitY=1;exitDx=0;exitDy=0;entryX=0.5;entryY=0;entryDx=0;entryDy=0;" value="">
          <mxGeometry height="50" relative="1" width="50" as="geometry">
            <mxPoint x="1325" y="-320" as="sourcePoint" />
            <mxPoint x="1220" y="-260" as="targetPoint" />
          </mxGeometry>
        </mxCell>
        <mxCell id="iXsKkbdtTkQ_0E6-aM8G-123" edge="1" parent="1" source="iXsKkbdtTkQ_0E6-aM8G-60" style="endArrow=none;html=1;rounded=0;exitX=0.5;exitY=1;exitDx=0;exitDy=0;entryX=0.5;entryY=0;entryDx=0;entryDy=0;" value="">
          <mxGeometry height="50" relative="1" width="50" as="geometry">
            <mxPoint x="1427.5" y="-320" as="sourcePoint" />
            <mxPoint x="1222.5" y="-260" as="targetPoint" />
+           </mxGeometry>
+         </mxCell>
+         <mxCell id="bazrAuzBupAZ9YW7r6C0-2" edge="1" parent="1" source="iXsKkbdtTkQ_0E6-aM8G-77" style="endArrow=none;html=1;rounded=0;entryX=0.5;entryY=1;entryDx=0;entryDy=0;exitX=0.5;exitY=0;exitDx=0;exitDy=0;" target="iXsKkbdtTkQ_0E6-aM8G-78" value="">
+           <mxGeometry height="50" relative="1" width="50" as="geometry">
+             <mxPoint x="700" y="110" as="sourcePoint" />
+             <mxPoint x="750" y="60" as="targetPoint" />
+           </mxGeometry>
+         </mxCell>
+         <mxCell id="bazrAuzBupAZ9YW7r6C0-3" edge="1" parent="1" style="endArrow=none;html=1;rounded=0;entryX=0.5;entryY=1;entryDx=0;entryDy=0;" value="">
+           <mxGeometry height="50" relative="1" width="50" as="geometry">
+             <mxPoint x="420" y="-60" as="sourcePoint" />
+             <mxPoint x="309" y="-100" as="targetPoint" />
+           </mxGeometry>
+         </mxCell>
+         <mxCell id="bazrAuzBupAZ9YW7r6C0-4" edge="1" parent="1" source="iXsKkbdtTkQ_0E6-aM8G-77" style="endArrow=none;html=1;rounded=0;entryX=0.5;entryY=1;entryDx=0;entryDy=0;exitX=0.5;exitY=0;exitDx=0;exitDy=0;" value="">
+           <mxGeometry height="50" relative="1" width="50" as="geometry">
+             <mxPoint x="521" y="-60" as="sourcePoint" />
+             <mxPoint x="410" y="-100" as="targetPoint" />
+           </mxGeometry>
+         </mxCell>
+         <mxCell id="bazrAuzBupAZ9YW7r6C0-5" edge="1" parent="1" style="endArrow=none;html=1;rounded=0;entryX=0.5;entryY=1;entryDx=0;entryDy=0;" target="iXsKkbdtTkQ_0E6-aM8G-81" value="">
+           <mxGeometry height="50" relative="1" width="50" as="geometry">
+             <mxPoint x="420" y="-60" as="sourcePoint" />
+             <mxPoint x="480" y="-130" as="targetPoint" />
+           </mxGeometry>
+         </mxCell>
+         <mxCell id="bazrAuzBupAZ9YW7r6C0-6" edge="1" parent="1" style="endArrow=none;html=1;rounded=0;entryX=0.5;entryY=1;entryDx=0;entryDy=0;" target="iXsKkbdtTkQ_0E6-aM8G-82" value="">
+           <mxGeometry height="50" relative="1" width="50" as="geometry">
+             <mxPoint x="420" y="-60" as="sourcePoint" />
+             <mxPoint x="518" y="-100" as="targetPoint" />
          </mxGeometry>
        </mxCell>
      </root>
    </mxGraphModel>
  </diagram>
</mxfile>
